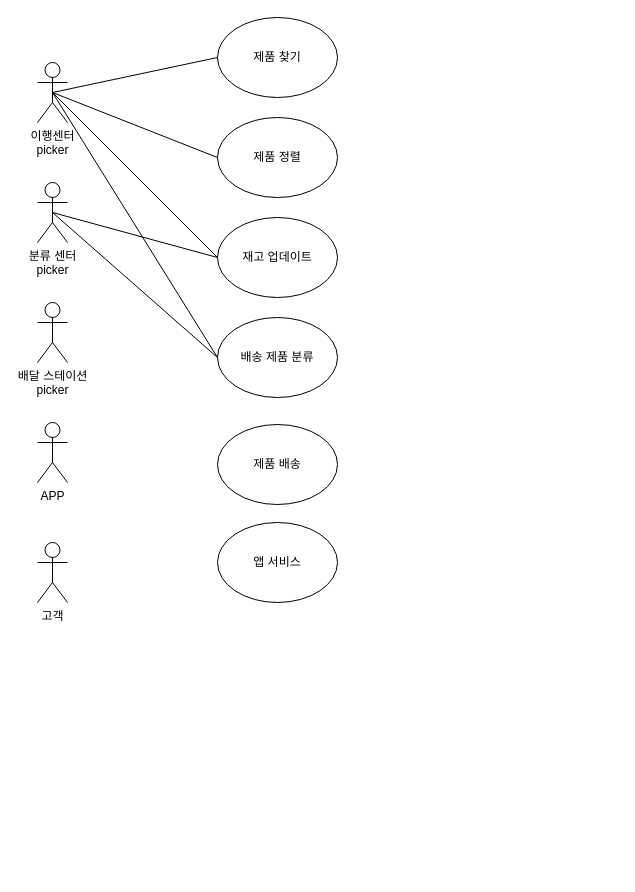
This is 시분설_6조_usecase.drawio from dbsrudrla/diagram, a draw.io file, before an edit. Source tidied: cells renumbered, new cells numbered last; positions are measured from the earlier drawing's top-left corner, leaving out a move shared by most shapes. Both pictures are drawn from the tidied source at 100%, with x=0, y=0 at pixel (37, 17).
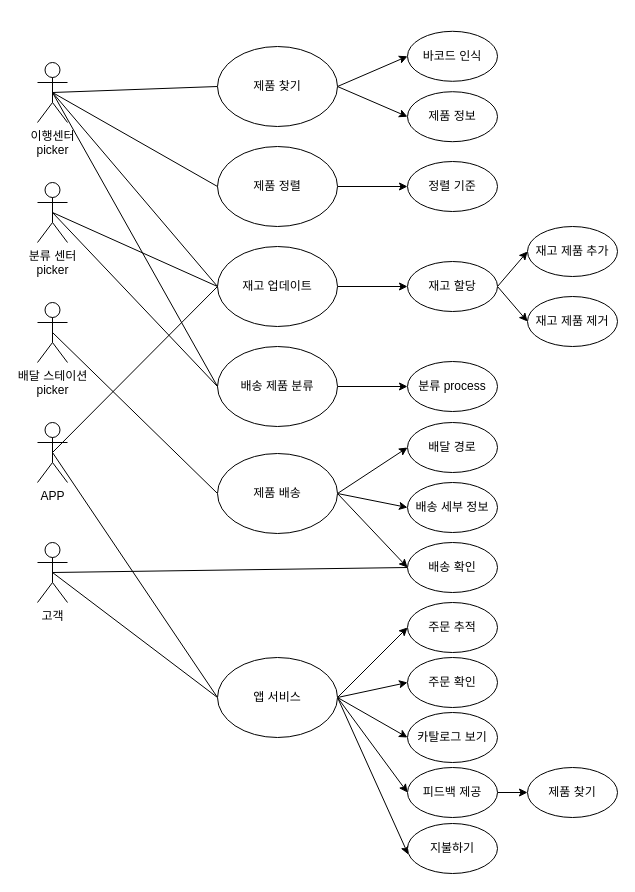
After the change.

Commit message (it also covers changes not shown here):
시분설_6조_usecase.drawio 업데이트

Unchanged cells that the change refers to:
```xml
<mxCell id="7" value="배달 스테이션&lt;br&gt;picker" style="shape=umlActor;verticalLabelPosition=bottom;verticalAlign=top;html=1;outlineConnect=0;" parent="1" vertex="1">
  <mxGeometry y="285" width="30" height="60" as="geometry" />
</mxCell>
<mxCell id="8" value="APP" style="shape=umlActor;verticalLabelPosition=bottom;verticalAlign=top;html=1;outlineConnect=0;" parent="1" vertex="1">
  <mxGeometry y="405" width="30" height="60" as="geometry" />
</mxCell>
<mxCell id="9" value="고객" style="shape=umlActor;verticalLabelPosition=bottom;verticalAlign=top;html=1;outlineConnect=0;" parent="1" vertex="1">
  <mxGeometry y="525" width="30" height="60" as="geometry" />
</mxCell>
```

Diff of the diagram source:
```diff
@@
+    <mxCell id="19" style="rounded=0;jettySize=auto;html=1;exitX=0.5;exitY=0.5;exitDx=0;exitDy=0;exitPerimeter=0;entryX=0;entryY=0.5;entryDx=0;entryDy=0;endArrow=none;endFill=0;" parent="1" edge="1" source="7" target="14">
+      <mxGeometry relative="1" as="geometry" />
+    </mxCell>
@@
+    <mxCell id="20" style="rounded=0;jettySize=auto;html=1;exitX=0.5;exitY=0.5;exitDx=0;exitDy=0;exitPerimeter=0;entryX=0;entryY=0.5;entryDx=0;entryDy=0;endArrow=none;endFill=0;" parent="1" edge="1" source="8" target="12">
+      <mxGeometry relative="1" as="geometry" />
+    </mxCell>
+    <mxCell id="21" style="rounded=0;jettySize=auto;html=1;exitX=0.5;exitY=0.5;exitDx=0;exitDy=0;exitPerimeter=0;entryX=0;entryY=0.5;entryDx=0;entryDy=0;endArrow=none;endFill=0;" parent="1" edge="1" source="8" target="15">
+      <mxGeometry relative="1" as="geometry" />
+    </mxCell>
@@
+    <mxCell id="22" style="rounded=0;jettySize=auto;html=1;exitX=0.5;exitY=0.5;exitDx=0;exitDy=0;exitPerimeter=0;entryX=0;entryY=0.5;entryDx=0;entryDy=0;endArrow=none;endFill=0;" parent="1" edge="1" source="9" target="15">
+      <mxGeometry relative="1" as="geometry" />
+    </mxCell>
+    <mxCell id="23" style="rounded=0;jettySize=auto;html=1;exitX=0.5;exitY=0.5;exitDx=0;exitDy=0;exitPerimeter=0;entryX=0;entryY=0.5;entryDx=0;entryDy=0;endArrow=none;endFill=0;" parent="1" edge="1" source="9" target="46">
+      <mxGeometry relative="1" as="geometry" />
+    </mxCell>
@@
+    <mxCell id="24" style="rounded=0;jettySize=auto;html=1;exitX=1;exitY=0.5;exitDx=0;exitDy=0;entryX=0;entryY=0.5;entryDx=0;entryDy=0;" parent="1" edge="1" source="10" target="37">
+      <mxGeometry relative="1" as="geometry" />
+    </mxCell>
+    <mxCell id="25" style="rounded=0;jettySize=auto;html=1;exitX=1;exitY=0.5;exitDx=0;exitDy=0;entryX=0;entryY=0.5;entryDx=0;entryDy=0;" parent="1" edge="1" source="10" target="38">
+      <mxGeometry relative="1" as="geometry" />
+    </mxCell>
     <mxCell id="10" value="제품 찾기" style="ellipse;whiteSpace=wrap;html=1;" parent="1" vertex="1">
-      <mxGeometry x="180" width="120" height="80" as="geometry" />
+      <mxGeometry x="180" y="29" width="120" height="80" as="geometry" />
     </mxCell>
+    <mxCell id="26" style="rounded=0;jettySize=auto;html=1;exitX=1;exitY=0.5;exitDx=0;exitDy=0;entryX=0;entryY=0.5;entryDx=0;entryDy=0;" parent="1" edge="1" source="11" target="39">
+      <mxGeometry relative="1" as="geometry" />
+    </mxCell>
     <mxCell id="11" value="제품 정렬" style="ellipse;whiteSpace=wrap;html=1;" parent="1" vertex="1">
-      <mxGeometry x="180" y="100" width="120" height="80" as="geometry" />
+      <mxGeometry x="180" y="129" width="120" height="80" as="geometry" />
     </mxCell>
+    <mxCell id="27" style="rounded=0;jettySize=auto;html=1;exitX=1;exitY=0.5;exitDx=0;exitDy=0;entryX=0;entryY=0.5;entryDx=0;entryDy=0;" parent="1" edge="1" source="12" target="42">
+      <mxGeometry relative="1" as="geometry" />
+    </mxCell>
     <mxCell id="12" value="재고 업데이트" style="ellipse;whiteSpace=wrap;html=1;" parent="1" vertex="1">
-      <mxGeometry x="180" y="200" width="120" height="80" as="geometry" />
+      <mxGeometry x="180" y="229" width="120" height="80" as="geometry" />
     </mxCell>
+    <mxCell id="28" style="rounded=0;jettySize=auto;html=1;exitX=1;exitY=0.5;exitDx=0;exitDy=0;entryX=0;entryY=0.5;entryDx=0;entryDy=0;" parent="1" edge="1" source="13" target="43">
+      <mxGeometry relative="1" as="geometry" />
+    </mxCell>
     <mxCell id="13" value="배송 제품 분류" style="ellipse;whiteSpace=wrap;html=1;" parent="1" vertex="1">
-      <mxGeometry x="180" y="300" width="120" height="80" as="geometry" />
+      <mxGeometry x="180" y="329" width="120" height="80" as="geometry" />
     </mxCell>
+    <mxCell id="29" style="rounded=0;jettySize=auto;html=1;exitX=1;exitY=0.5;exitDx=0;exitDy=0;entryX=0;entryY=0.5;entryDx=0;entryDy=0;" parent="1" edge="1" source="14" target="44">
+      <mxGeometry relative="1" as="geometry" />
+    </mxCell>
+    <mxCell id="30" style="rounded=0;jettySize=auto;html=1;exitX=1;exitY=0.5;exitDx=0;exitDy=0;entryX=0;entryY=0.5;entryDx=0;entryDy=0;" parent="1" edge="1" source="14" target="45">
+      <mxGeometry relative="1" as="geometry" />
+    </mxCell>
+    <mxCell id="31" style="rounded=0;jettySize=auto;html=1;exitX=1;exitY=0.5;exitDx=0;exitDy=0;entryX=0;entryY=0.5;entryDx=0;entryDy=0;" parent="1" edge="1" source="14" target="46">
+      <mxGeometry relative="1" as="geometry" />
+    </mxCell>
     <mxCell id="14" value="제품 배송" style="ellipse;whiteSpace=wrap;html=1;" parent="1" vertex="1">
-      <mxGeometry x="180" y="407" width="120" height="80" as="geometry" />
+      <mxGeometry x="180" y="436" width="120" height="80" as="geometry" />
     </mxCell>
+    <mxCell id="32" style="rounded=0;jettySize=auto;html=1;exitX=1;exitY=0.5;exitDx=0;exitDy=0;entryX=0;entryY=0.5;entryDx=0;entryDy=0;" parent="1" edge="1" source="15" target="47">
+      <mxGeometry relative="1" as="geometry" />
+    </mxCell>
+    <mxCell id="33" style="rounded=0;jettySize=auto;html=1;exitX=1;exitY=0.5;exitDx=0;exitDy=0;entryX=0;entryY=0.5;entryDx=0;entryDy=0;" parent="1" edge="1" source="15" target="48">
+      <mxGeometry relative="1" as="geometry" />
+    </mxCell>
+    <mxCell id="34" style="rounded=0;jettySize=auto;html=1;exitX=1;exitY=0.5;exitDx=0;exitDy=0;entryX=0;entryY=0.5;entryDx=0;entryDy=0;" parent="1" edge="1" source="15" target="49">
+      <mxGeometry relative="1" as="geometry" />
+    </mxCell>
+    <mxCell id="35" style="rounded=0;jettySize=auto;html=1;exitX=1;exitY=0.5;exitDx=0;exitDy=0;entryX=0;entryY=0.5;entryDx=0;entryDy=0;" parent="1" edge="1" source="15" target="51">
+      <mxGeometry relative="1" as="geometry" />
+    </mxCell>
+    <mxCell id="36" style="rounded=0;jettySize=auto;html=1;exitX=1;exitY=0.5;exitDx=0;exitDy=0;entryX=0.009;entryY=0.622;entryDx=0;entryDy=0;entryPerimeter=0;" parent="1" edge="1" source="15" target="52">
+      <mxGeometry relative="1" as="geometry" />
+    </mxCell>
     <mxCell id="15" value="앱 서비스" style="ellipse;whiteSpace=wrap;html=1;" parent="1" vertex="1">
-      <mxGeometry x="180" y="505" width="120" height="80" as="geometry" />
+      <mxGeometry x="180" y="640" width="120" height="80" as="geometry" />
     </mxCell>
@@
+    <mxCell id="37" value="바코드 인식" style="ellipse;whiteSpace=wrap;html=1;" parent="1" vertex="1">
+      <mxGeometry x="370" y="13.8" width="90" height="50" as="geometry" />
+    </mxCell>
+    <mxCell id="38" value="제품 정보" style="ellipse;whiteSpace=wrap;html=1;" parent="1" vertex="1">
+      <mxGeometry x="370" y="74.2" width="90" height="50" as="geometry" />
+    </mxCell>
+    <mxCell id="39" value="정렬 기준" style="ellipse;whiteSpace=wrap;html=1;" parent="1" vertex="1">
+      <mxGeometry x="370" y="144" width="90" height="50" as="geometry" />
+    </mxCell>
+    <mxCell id="40" style="rounded=0;jettySize=auto;html=1;exitX=1;exitY=0.5;exitDx=0;exitDy=0;entryX=0;entryY=0.5;entryDx=0;entryDy=0;" parent="1" edge="1" source="42" target="53">
+      <mxGeometry relative="1" as="geometry" />
+    </mxCell>
+    <mxCell id="41" style="rounded=0;jettySize=auto;html=1;exitX=1;exitY=0.5;exitDx=0;exitDy=0;entryX=0;entryY=0.5;entryDx=0;entryDy=0;" parent="1" edge="1" source="42" target="54">
+      <mxGeometry relative="1" as="geometry" />
+    </mxCell>
+    <mxCell id="42" value="재고 할당" style="ellipse;whiteSpace=wrap;html=1;" parent="1" vertex="1">
+      <mxGeometry x="370" y="244" width="90" height="50" as="geometry" />
+    </mxCell>
+    <mxCell id="43" value="분류 process" style="ellipse;whiteSpace=wrap;html=1;" parent="1" vertex="1">
+      <mxGeometry x="370" y="344" width="90" height="50" as="geometry" />
+    </mxCell>
+    <mxCell id="44" value="배달 경로" style="ellipse;whiteSpace=wrap;html=1;" parent="1" vertex="1">
+      <mxGeometry x="370" y="405" width="90" height="50" as="geometry" />
+    </mxCell>
+    <mxCell id="45" value="배송 세부 정보" style="ellipse;whiteSpace=wrap;html=1;" parent="1" vertex="1">
+      <mxGeometry x="370" y="465" width="90" height="50" as="geometry" />
+    </mxCell>
+    <mxCell id="46" value="배송 확인" style="ellipse;whiteSpace=wrap;html=1;" parent="1" vertex="1">
+      <mxGeometry x="370" y="525" width="90" height="50" as="geometry" />
+    </mxCell>
+    <mxCell id="47" value="주문 추적" style="ellipse;whiteSpace=wrap;html=1;" parent="1" vertex="1">
+      <mxGeometry x="370" y="585" width="90" height="50" as="geometry" />
+    </mxCell>
+    <mxCell id="48" value="주문 확인" style="ellipse;whiteSpace=wrap;html=1;" parent="1" vertex="1">
+      <mxGeometry x="370" y="640" width="90" height="50" as="geometry" />
+    </mxCell>
+    <mxCell id="49" value="카탈로그 보기" style="ellipse;whiteSpace=wrap;html=1;" parent="1" vertex="1">
+      <mxGeometry x="370" y="695" width="90" height="50" as="geometry" />
+    </mxCell>
+    <mxCell id="50" style="rounded=0;jettySize=auto;html=1;exitX=1;exitY=0.5;exitDx=0;exitDy=0;entryX=0;entryY=0.5;entryDx=0;entryDy=0;" parent="1" edge="1" source="51" target="55">
+      <mxGeometry relative="1" as="geometry" />
+    </mxCell>
+    <mxCell id="51" value="피드백 제공" style="ellipse;whiteSpace=wrap;html=1;" parent="1" vertex="1">
+      <mxGeometry x="370" y="750" width="90" height="50" as="geometry" />
+    </mxCell>
+    <mxCell id="52" value="지불하기" style="ellipse;whiteSpace=wrap;html=1;" parent="1" vertex="1">
+      <mxGeometry x="370" y="806" width="90" height="50" as="geometry" />
+    </mxCell>
+    <mxCell id="53" value="재고 제품 추가" style="ellipse;whiteSpace=wrap;html=1;" parent="1" vertex="1">
+      <mxGeometry x="490" y="209" width="90" height="50" as="geometry" />
+    </mxCell>
+    <mxCell id="54" value="재고 제품 제거" style="ellipse;whiteSpace=wrap;html=1;" parent="1" vertex="1">
+      <mxGeometry x="490" y="279" width="90" height="50" as="geometry" />
+    </mxCell>
+    <mxCell id="55" value="제품 찾기" style="ellipse;whiteSpace=wrap;html=1;" parent="1" vertex="1">
+      <mxGeometry x="490" y="750" width="90" height="50" as="geometry" />
+    </mxCell>
```
